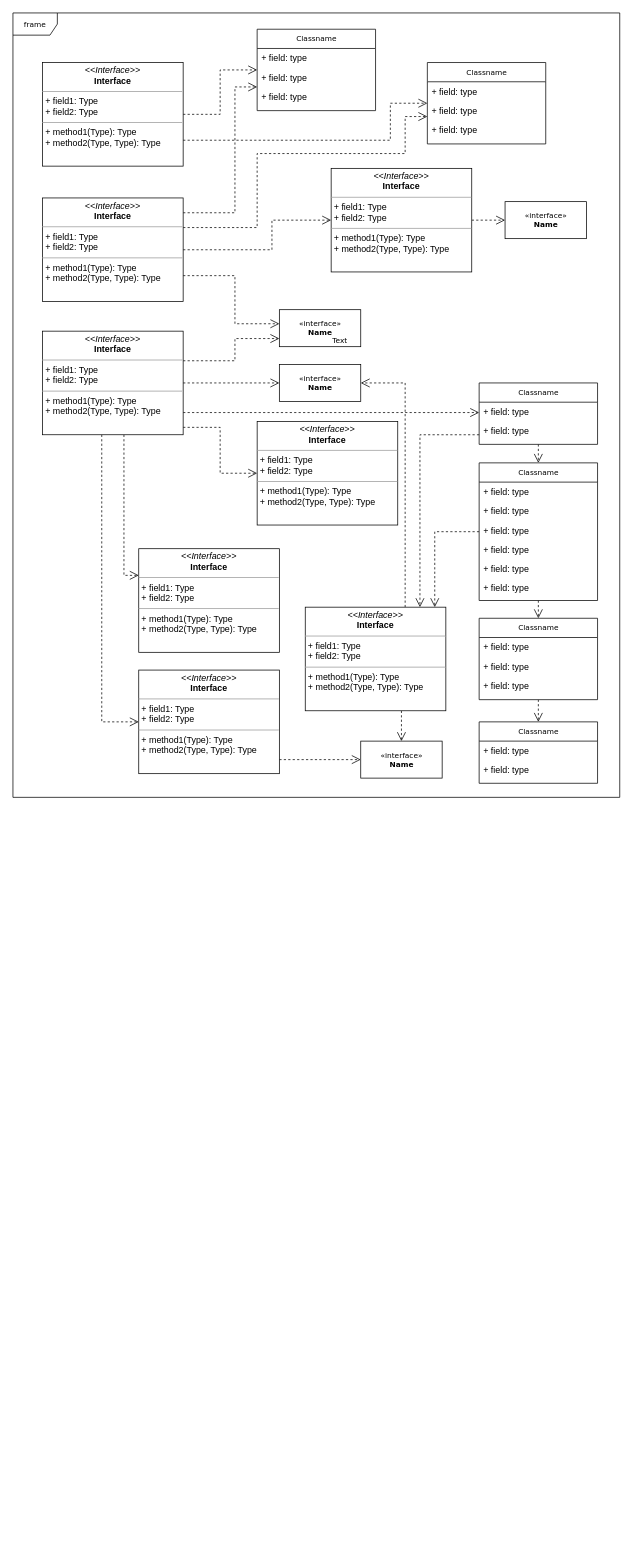
Before: discuz_addons.drawio in ljkrock/WeUI-Simple-Guide, a draw.io diagram. Source tidied: cells renumbered, new cells numbered last; positions are measured from the earlier drawing's top-left corner, leaving out a move shared by most shapes. Both pictures are drawn from the tidied source at 74%, with x=0, y=0 at pixel (13, 13).
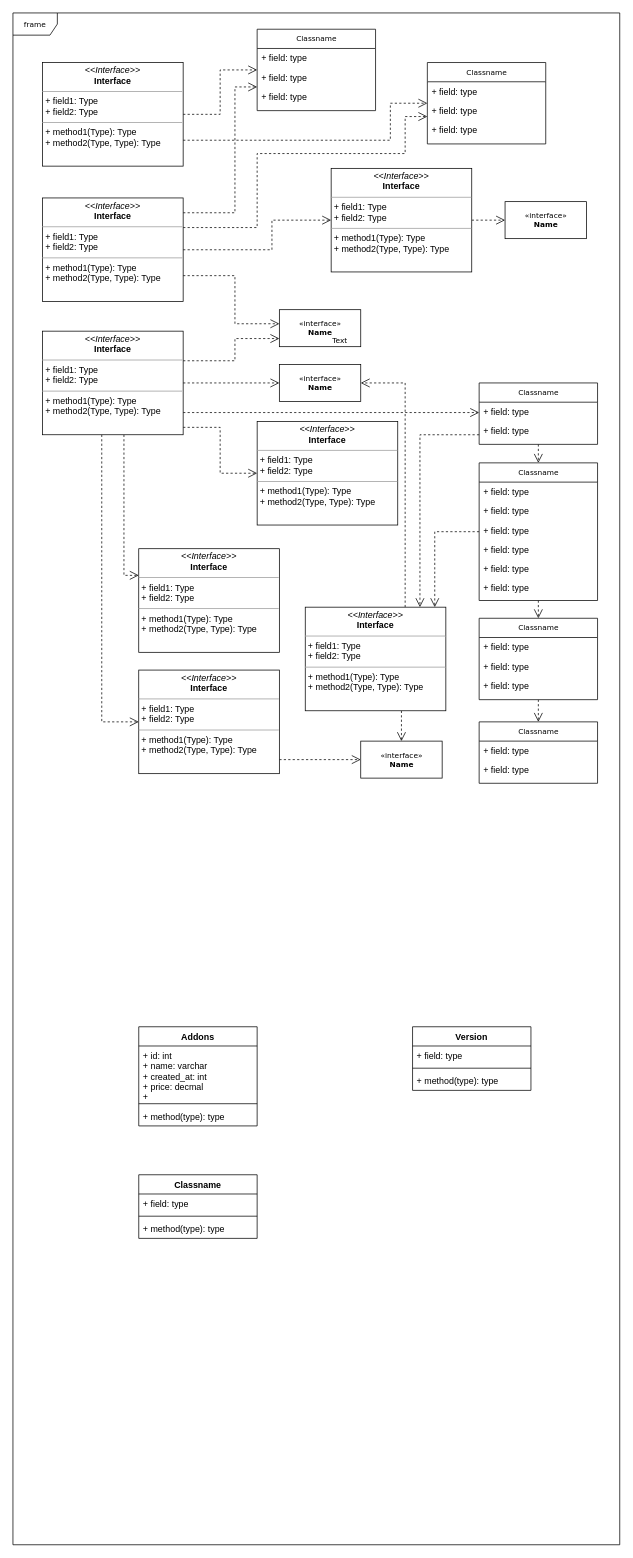
The same diagram, later.

What changed in the source:
```diff
@@
     <mxCell id="2" value="frame" style="shape=umlFrame;whiteSpace=wrap;html=1;rounded=0;shadow=0;comic=0;labelBackgroundColor=none;strokeWidth=1;fontFamily=Verdana;fontSize=10;align=center;" parent="1" vertex="1">
-      <mxGeometry width="820" height="1060" as="geometry" />
+      <mxGeometry width="820" height="2070" as="geometry" />
     </mxCell>
@@
+    <mxCell id="62" value="Addons" style="swimlane;fontStyle=1;align=center;verticalAlign=top;horizontal=1;startSize=26;" parent="1" vertex="1">
+      <mxGeometry x="170" y="1370" width="160" height="134" as="geometry" />
+    </mxCell>
+    <mxCell id="63" value="+ id: int&#10;+ name: varchar&#10;+ created_at: int&#10;+ price: decmal&#10;+&#10;&#10;" style="text;strokeColor=none;fillColor=none;align=left;verticalAlign=top;spacingLeft=4;spacingRight=4;overflow=hidden;" parent="62" vertex="1">
+      <mxGeometry y="26" width="160" height="74" as="geometry" />
+    </mxCell>
+    <mxCell id="64" style="line;strokeWidth=1;fillColor=none;align=left;verticalAlign=middle;spacingTop=-1;spacingLeft=3;spacingRight=3;labelPosition=right;" parent="62" vertex="1">
+      <mxGeometry y="100" width="160" height="8" as="geometry" />
+    </mxCell>
+    <mxCell id="65" value="+ method(type): type" style="text;strokeColor=none;fillColor=none;align=left;verticalAlign=top;spacingLeft=4;spacingRight=4;overflow=hidden;" parent="62" vertex="1">
+      <mxGeometry y="108" width="160" height="26" as="geometry" />
+    </mxCell>
+    <mxCell id="66" value="Version" style="swimlane;fontStyle=1;align=center;verticalAlign=top;horizontal=1;startSize=26;" parent="1" vertex="1">
+      <mxGeometry x="540" y="1370" width="160" height="86" as="geometry" />
+    </mxCell>
+    <mxCell id="67" value="+ field: type" style="text;strokeColor=none;fillColor=none;align=left;verticalAlign=top;spacingLeft=4;spacingRight=4;overflow=hidden;" parent="66" vertex="1">
+      <mxGeometry y="26" width="160" height="26" as="geometry" />
+    </mxCell>
+    <mxCell id="68" style="line;strokeWidth=1;fillColor=none;align=left;verticalAlign=middle;spacingTop=-1;spacingLeft=3;spacingRight=3;labelPosition=right;" parent="66" vertex="1">
+      <mxGeometry y="52" width="160" height="8" as="geometry" />
+    </mxCell>
+    <mxCell id="69" value="+ method(type): type" style="text;strokeColor=none;fillColor=none;align=left;verticalAlign=top;spacingLeft=4;spacingRight=4;overflow=hidden;" parent="66" vertex="1">
+      <mxGeometry y="60" width="160" height="26" as="geometry" />
+    </mxCell>
+    <mxCell id="70" value="Classname" style="swimlane;fontStyle=1;align=center;verticalAlign=top;horizontal=1;startSize=26;" parent="1" vertex="1">
+      <mxGeometry x="170" y="1570" width="160" height="86" as="geometry" />
+    </mxCell>
+    <mxCell id="71" value="+ field: type" style="text;strokeColor=none;fillColor=none;align=left;verticalAlign=top;spacingLeft=4;spacingRight=4;overflow=hidden;" parent="70" vertex="1">
+      <mxGeometry y="26" width="160" height="26" as="geometry" />
+    </mxCell>
+    <mxCell id="72" style="line;strokeWidth=1;fillColor=none;align=left;verticalAlign=middle;spacingTop=-1;spacingLeft=3;spacingRight=3;labelPosition=right;" parent="70" vertex="1">
+      <mxGeometry y="52" width="160" height="8" as="geometry" />
+    </mxCell>
+    <mxCell id="73" value="+ method(type): type" style="text;strokeColor=none;fillColor=none;align=left;verticalAlign=top;spacingLeft=4;spacingRight=4;overflow=hidden;" parent="70" vertex="1">
+      <mxGeometry y="60" width="160" height="26" as="geometry" />
+    </mxCell>
```
